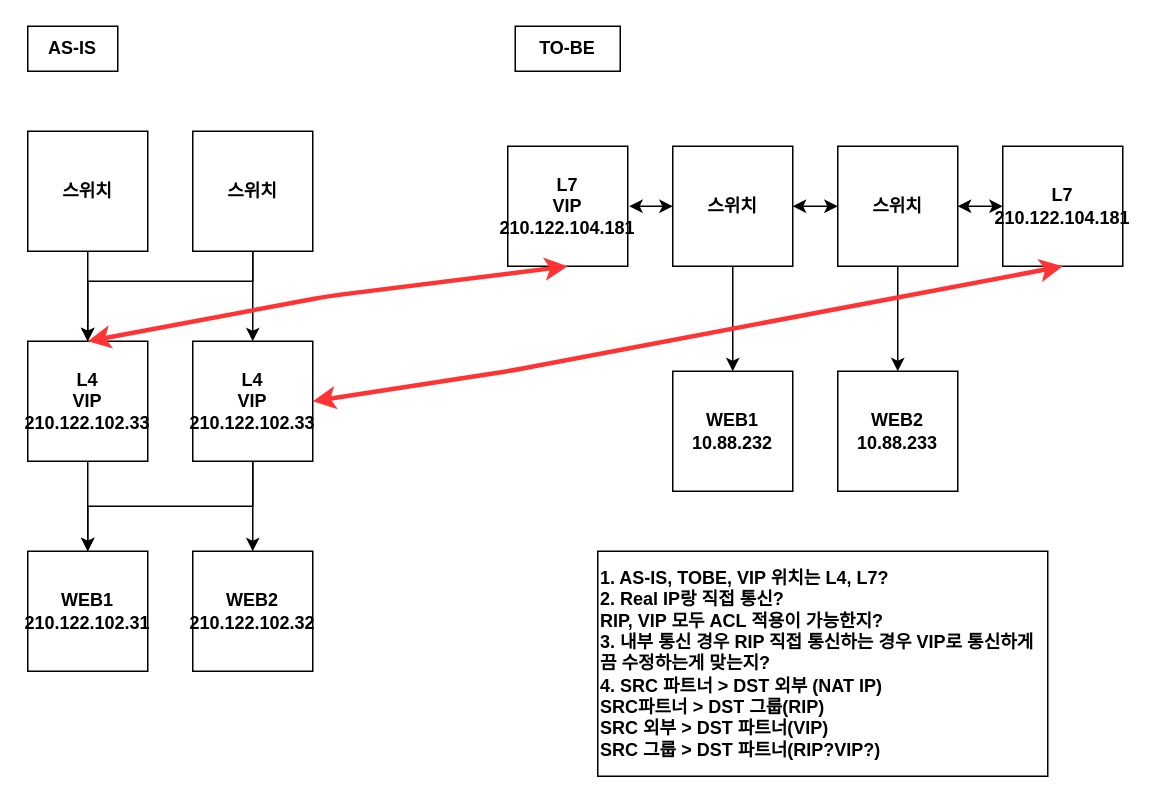
Before: 파트너_L7구성_2.drawio in SeongminJeong/draw, a draw.io diagram. Source tidied: cells renumbered, new cells numbered last; positions are measured from the earlier drawing's top-left corner, leaving out a move shared by most shapes. Both pictures are drawn from the tidied source at 150%, with x=0, y=0 at pixel (27, 26).
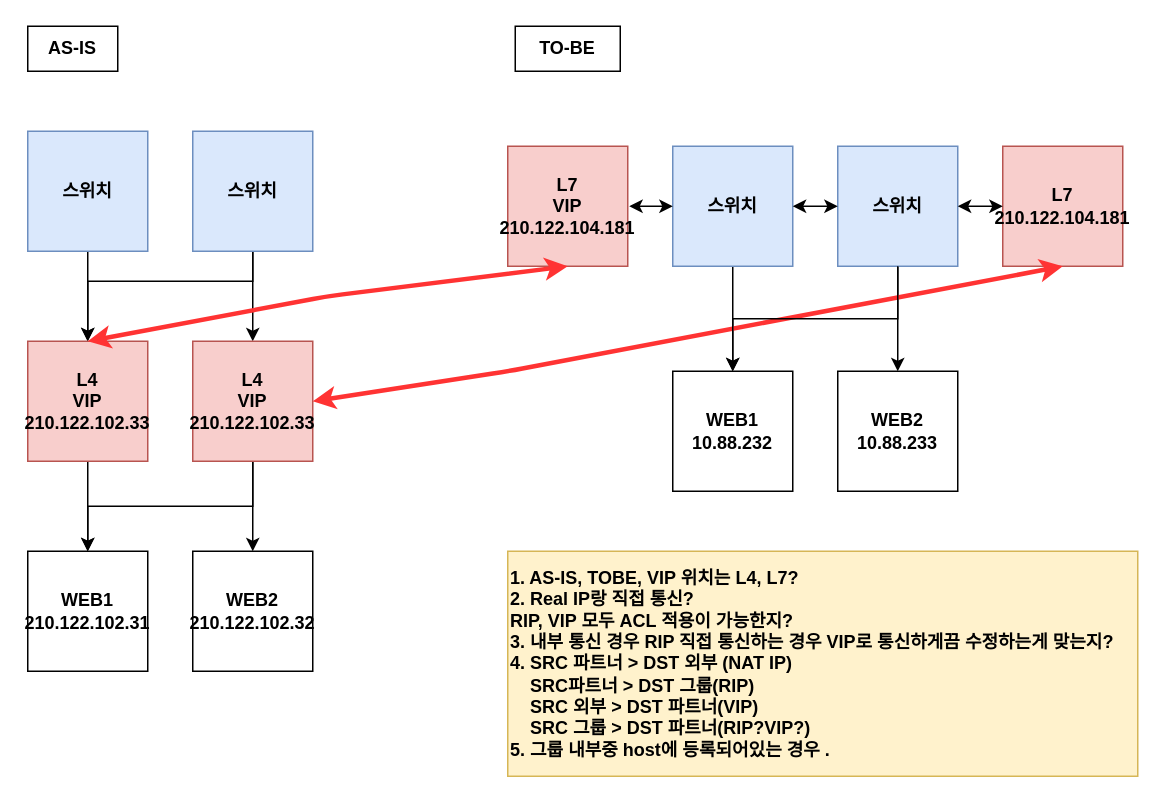
Above is the later version.

Commit message:
Update 파트너_L7구성_2.drawio

Unchanged cells that the change refers to:
```xml
<mxCell id="20" value="WEB1&lt;br&gt;10.88.232" style="whiteSpace=wrap;html=1;fontStyle=1;" parent="1" vertex="1">
  <mxGeometry x="430" y="230" width="80" height="80" as="geometry" />
</mxCell>
```

Change to the diagram source:
```diff
@@
-    <mxCell id="3" value="스위치" style="whiteSpace=wrap;html=1;fontStyle=1;" parent="1" vertex="1">
+    <mxCell id="3" value="스위치" style="whiteSpace=wrap;html=1;fontStyle=1;fillColor=#dae8fc;strokeColor=#6c8ebf;" parent="1" vertex="1">
       <mxGeometry y="70" width="80" height="80" as="geometry" />
     </mxCell>
@@
-    <mxCell id="6" value="스위치" style="whiteSpace=wrap;html=1;fontStyle=1;" parent="1" vertex="1">
+    <mxCell id="6" value="스위치" style="whiteSpace=wrap;html=1;fontStyle=1;fillColor=#dae8fc;strokeColor=#6c8ebf;" parent="1" vertex="1">
       <mxGeometry x="110" y="70" width="80" height="80" as="geometry" />
     </mxCell>
@@
-    <mxCell id="8" value="L4&lt;br&gt;VIP&lt;br&gt;210.122.102.33" style="whiteSpace=wrap;html=1;fontStyle=1;" parent="1" vertex="1">
+    <mxCell id="8" value="L4&lt;br&gt;VIP&lt;br&gt;210.122.102.33" style="whiteSpace=wrap;html=1;fontStyle=1;fillColor=#f8cecc;strokeColor=#b85450;" parent="1" vertex="1">
       <mxGeometry y="210" width="80" height="80" as="geometry" />
     </mxCell>
@@
-    <mxCell id="11" value="L4&lt;br&gt;VIP&lt;br&gt;210.122.102.33" style="whiteSpace=wrap;html=1;fontStyle=1;" parent="1" vertex="1">
+    <mxCell id="11" value="L4&lt;br&gt;VIP&lt;br&gt;210.122.102.33" style="whiteSpace=wrap;html=1;fontStyle=1;fillColor=#f8cecc;strokeColor=#b85450;" parent="1" vertex="1">
       <mxGeometry x="110" y="210" width="80" height="80" as="geometry" />
     </mxCell>
@@
-    <mxCell id="13" value="스위치" style="whiteSpace=wrap;html=1;fontStyle=1;" parent="1" vertex="1">
+    <mxCell id="13" value="스위치" style="whiteSpace=wrap;html=1;fontStyle=1;fillColor=#dae8fc;strokeColor=#6c8ebf;" parent="1" vertex="1">
       <mxGeometry x="430" y="80" width="80" height="80" as="geometry" />
     </mxCell>
@@
-    <mxCell id="15" value="스위치" style="whiteSpace=wrap;html=1;fontStyle=1;" parent="1" vertex="1">
+    <mxCell id="15" value="스위치" style="whiteSpace=wrap;html=1;fontStyle=1;fillColor=#dae8fc;strokeColor=#6c8ebf;" parent="1" vertex="1">
       <mxGeometry x="540" y="80" width="80" height="80" as="geometry" />
     </mxCell>
-    <mxCell id="16" value="L7&lt;br&gt;VIP 210.122.104.181" style="whiteSpace=wrap;html=1;fontStyle=1;" parent="1" vertex="1">
+    <mxCell id="16" value="L7&lt;br&gt;VIP 210.122.104.181" style="whiteSpace=wrap;html=1;fontStyle=1;fillColor=#f8cecc;strokeColor=#b85450;" parent="1" vertex="1">
       <mxGeometry x="320" y="80" width="80" height="80" as="geometry" />
     </mxCell>
-    <mxCell id="17" value="L7&lt;br&gt;210.122.104.181" style="whiteSpace=wrap;html=1;fontStyle=1;" parent="1" vertex="1">
+    <mxCell id="17" value="L7&lt;br&gt;210.122.104.181" style="whiteSpace=wrap;html=1;fontStyle=1;fillColor=#f8cecc;strokeColor=#b85450;" parent="1" vertex="1">
       <mxGeometry x="650" y="80" width="80" height="80" as="geometry" />
     </mxCell>
@@
-    <mxCell id="29" value="1. AS-IS, TOBE, VIP 위치는 L4, L7?&lt;br&gt;2. Real IP랑 직접 통신?&lt;br&gt;RIP, VIP 모두 ACL 적용이 가능한지?&lt;br&gt;3. 내부 통신 경우 RIP 직접 통신하는 경우 VIP로 통신하게끔 수정하는게 맞는지?&lt;br&gt;4. SRC 파트너 &amp;gt; DST 외부 (NAT IP)&lt;br&gt;SRC파트너 &amp;gt; DST 그룹(RIP)&lt;br&gt;SRC 외부 &amp;gt; DST 파트너(VIP)&lt;br&gt;SRC 그룹 &amp;gt; DST 파트너(RIP?VIP?)&amp;nbsp;&amp;nbsp;" style="rounded=0;whiteSpace=wrap;html=1;fontStyle=1;align=left;" parent="1" vertex="1">
-      <mxGeometry x="380" y="350" width="300" height="150" as="geometry" />
+    <mxCell id="29" value="1. AS-IS, TOBE, VIP 위치는 L4, L7?&lt;br&gt;2. Real IP랑 직접 통신?&lt;br&gt;RIP, VIP 모두 ACL 적용이 가능한지?&lt;br&gt;3. 내부 통신 경우 RIP 직접 통신하는 경우 VIP로 통신하게끔 수정하는게 맞는지?&lt;br&gt;4. SRC 파트너 &amp;gt; DST 외부 (NAT IP)&lt;br&gt;&amp;nbsp; &amp;nbsp; SRC파트너 &amp;gt; DST 그룹(RIP)&lt;br&gt;&amp;nbsp; &amp;nbsp; SRC 외부 &amp;gt; DST 파트너(VIP)&amp;nbsp; &amp;nbsp;&amp;nbsp;&lt;br&gt;&amp;nbsp; &amp;nbsp; SRC 그룹 &amp;gt; DST 파트너(RIP?VIP?)&amp;nbsp;&lt;br&gt;5. 그룹 내부중 host에 등록되어있는 경우 .&lt;br&gt;" style="rounded=0;whiteSpace=wrap;html=1;fontStyle=1;align=left;fillColor=#fff2cc;strokeColor=#d6b656;" parent="1" vertex="1">
+      <mxGeometry x="320" y="350" width="420" height="150" as="geometry" />
     </mxCell>
+    <mxCell id="30" style="edgeStyle=orthogonalEdgeStyle;rounded=0;jettySize=auto;html=1;exitX=0.5;exitY=1;exitDx=0;exitDy=0;entryX=0.5;entryY=0;entryDx=0;entryDy=0;" parent="1" edge="1" source="15" target="20">
+      <mxGeometry relative="1" as="geometry" />
+    </mxCell>
```
